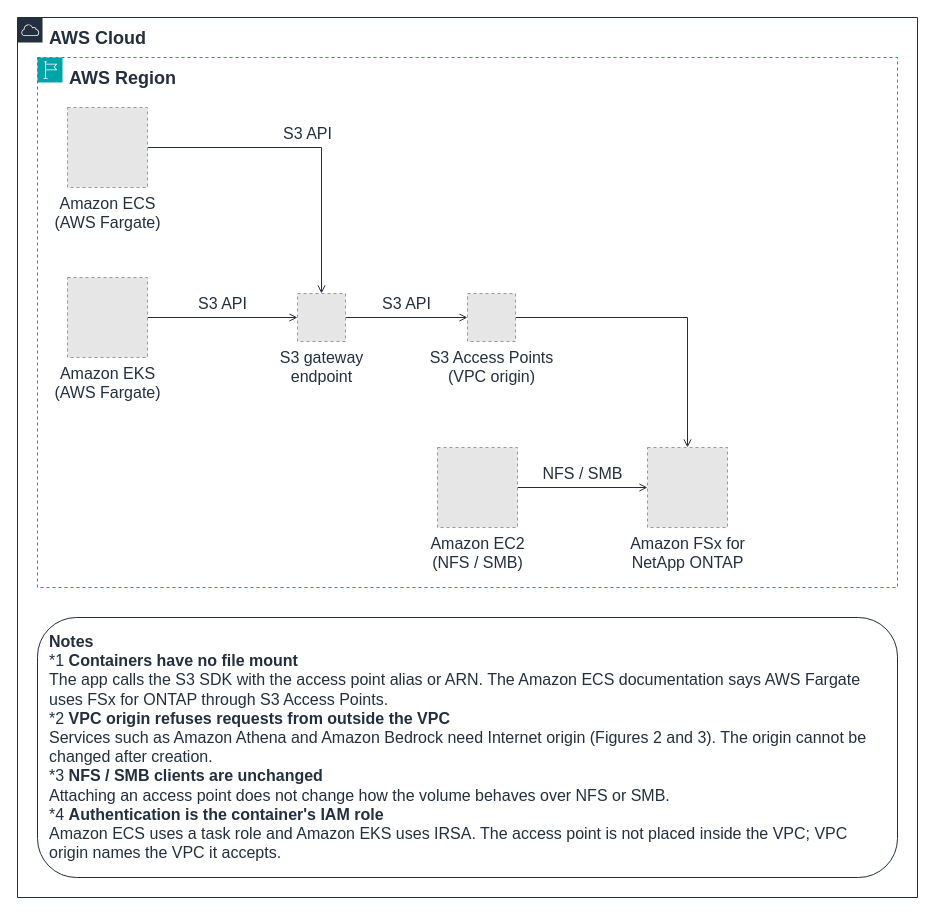
The draw.io diagram docs/_assets/diagrams/s3ap-container-overview-en.drawio in Yoshiki0705/FSx-for-ONTAP-Container-Datastore-Patterns, before the edit. Source tidied: cells renumbered, new cells numbered last; positions are measured from the earlier drawing's top-left corner, leaving out a move shared by most shapes. Both pictures are drawn from the tidied source at 100%, with x=0, y=0 at pixel (17, 17). Pictures stored in the file or linked from it are replaced by grey dashed boxes.
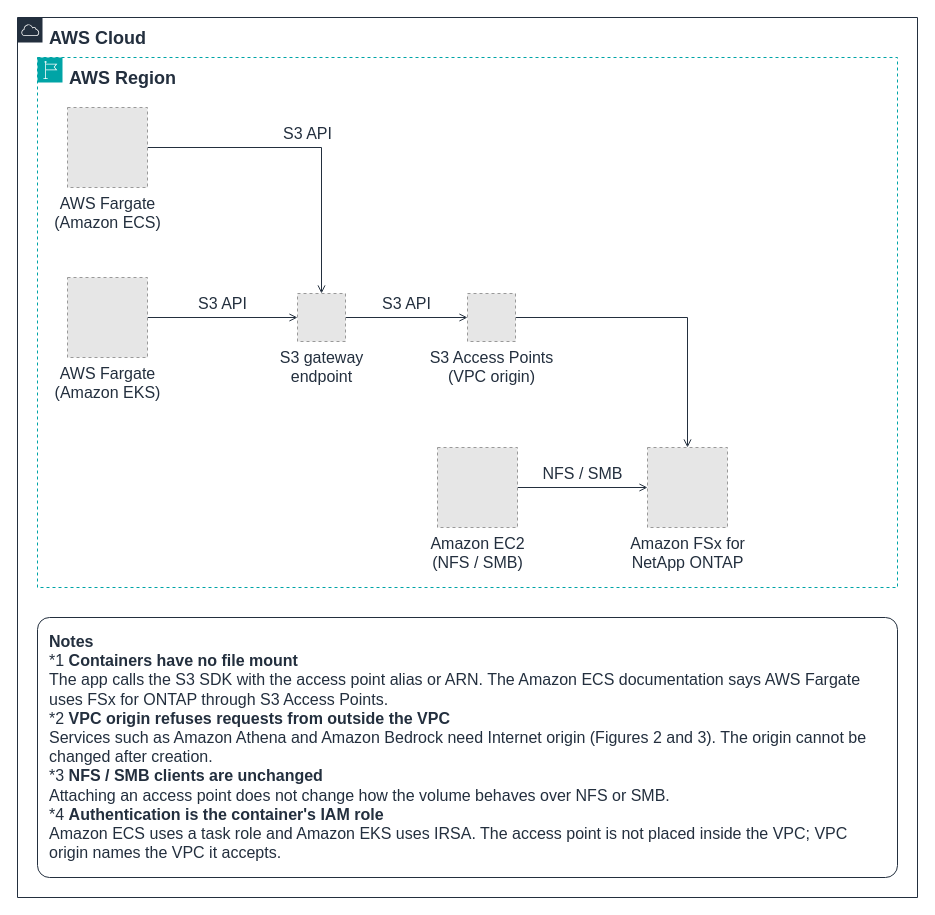
The same diagram, later.

What changed in the source:
```diff
@@
 <mxGraphModel background="#FFFFFF">
   <root>
     <mxCell id="0" />
     <mxCell id="1" parent="0" />
     <mxCell id="2" value="S3 API" style="edgeStyle=orthogonalEdgeStyle;rounded=0;html=1;endArrow=open;endFill=0;strokeColor=#232F3E;strokeWidth=1;fontSize=16;fontColor=#232F3E;labelBackgroundColor=#FFFFFF;exitX=1.0;exitY=0.5;exitDx=0;exitDy=0;entryX=0.5;entryY=0.0;entryDx=0;entryDy=0;" parent="1" edge="1" source="10" target="12">
       <mxGeometry relative="1" as="geometry">
         <mxPoint y="-14" as="offset" />
       </mxGeometry>
     </mxCell>
     <mxCell id="3" value="S3 API" style="edgeStyle=orthogonalEdgeStyle;rounded=0;html=1;endArrow=open;endFill=0;strokeColor=#232F3E;strokeWidth=1;fontSize=16;fontColor=#232F3E;labelBackgroundColor=#FFFFFF;exitX=1.0;exitY=0.5;exitDx=0;exitDy=0;entryX=0.0;entryY=0.5;entryDx=0;entryDy=0;" parent="1" edge="1" source="11" target="12">
       <mxGeometry relative="1" as="geometry">
         <mxPoint y="-14" as="offset" />
       </mxGeometry>
     </mxCell>
     <mxCell id="4" value="S3 API" style="edgeStyle=orthogonalEdgeStyle;rounded=0;html=1;endArrow=open;endFill=0;strokeColor=#232F3E;strokeWidth=1;fontSize=16;fontColor=#232F3E;labelBackgroundColor=#FFFFFF;exitX=1.0;exitY=0.5;exitDx=0;exitDy=0;entryX=0.0;entryY=0.5;entryDx=0;entryDy=0;" parent="1" edge="1" source="12" target="13">
       <mxGeometry relative="1" as="geometry">
         <mxPoint y="-14" as="offset" />
       </mxGeometry>
     </mxCell>
     <mxCell id="5" style="edgeStyle=orthogonalEdgeStyle;rounded=0;html=1;endArrow=open;endFill=0;strokeColor=#232F3E;strokeWidth=1;fontSize=16;fontColor=#232F3E;labelBackgroundColor=#FFFFFF;exitX=1.0;exitY=0.5;exitDx=0;exitDy=0;entryX=0.5;entryY=0.0;entryDx=0;entryDy=0;" parent="1" edge="1" source="13" target="14">
       <mxGeometry relative="1" as="geometry" />
     </mxCell>
     <mxCell id="6" value="NFS / SMB" style="edgeStyle=orthogonalEdgeStyle;rounded=0;html=1;endArrow=open;endFill=0;strokeColor=#232F3E;strokeWidth=1;fontSize=16;fontColor=#232F3E;labelBackgroundColor=#FFFFFF;exitX=1.0;exitY=0.5;exitDx=0;exitDy=0;entryX=0.0;entryY=0.5;entryDx=0;entryDy=0;" parent="1" edge="1" source="15" target="14">
       <mxGeometry relative="1" as="geometry">
         <mxPoint y="-14" as="offset" />
       </mxGeometry>
     </mxCell>
     <mxCell id="7" value="AWS Cloud" style="gradientColor=none;html=1;whiteSpace=wrap;fontSize=18;fontStyle=1;fontColor=#232F3E;shape=mxgraph.aws4.group;grIcon=mxgraph.aws4.group_aws_cloud;strokeColor=#232F3E;fillColor=none;verticalAlign=top;align=left;spacingLeft=30;spacingTop=4;dashed=0;labelBackgroundColor=#FFFFFF;" parent="1" vertex="1">
       <mxGeometry width="900" height="880" as="geometry" />
     </mxCell>
     <mxCell id="8" value="AWS Region" style="gradientColor=none;html=1;whiteSpace=wrap;fontSize=18;fontStyle=1;fontColor=#232F3E;shape=mxgraph.aws4.group;grIcon=mxgraph.aws4.group_region;strokeColor=#00A4A6;fillColor=none;verticalAlign=top;align=left;spacingLeft=30;spacingTop=4;dashed=1;labelBackgroundColor=#FFFFFF;" parent="1" vertex="1">
       <mxGeometry x="20" y="40" width="860" height="530" as="geometry" />
     </mxCell>
-    <mxCell id="9" value="&lt;b&gt;Notes&lt;/b&gt;&lt;br&gt;*1 &lt;b&gt;Containers have no file mount&lt;/b&gt;&lt;br&gt;The app calls the S3 SDK with the access point alias or ARN. The Amazon ECS documentation says AWS Fargate uses FSx for ONTAP through S3 Access Points.&lt;br&gt;*2 &lt;b&gt;VPC origin refuses requests from outside the VPC&lt;/b&gt;&lt;br&gt;Services such as Amazon Athena and Amazon Bedrock need Internet origin (Figures 2 and 3). The origin cannot be changed after creation.&lt;br&gt;*3 &lt;b&gt;NFS / SMB clients are unchanged&lt;/b&gt;&lt;br&gt;Attaching an access point does not change how the volume behaves over NFS or SMB.&lt;br&gt;*4 &lt;b&gt;Authentication is the container's IAM role&lt;/b&gt;&lt;br&gt;Amazon ECS uses a task role and Amazon EKS uses IRSA. The access point is not placed inside the VPC; VPC origin names the VPC it accepts." style="rounded=1;whiteSpace=wrap;html=1;strokeColor=#232F3E;fillColor=none;fontColor=#232F3E;fontSize=16;verticalAlign=top;align=left;spacingLeft=10;spacingRight=10;spacingTop=8;" parent="1" vertex="1">
+    <mxCell id="9" value="&lt;b&gt;Notes&lt;/b&gt;&lt;br&gt;*1 &lt;b&gt;Containers have no file mount&lt;/b&gt;&lt;br&gt;The app calls the S3 SDK with the access point alias or ARN. The Amazon ECS documentation says AWS Fargate uses FSx for ONTAP through S3 Access Points.&lt;br&gt;*2 &lt;b&gt;VPC origin refuses requests from outside the VPC&lt;/b&gt;&lt;br&gt;Services such as Amazon Athena and Amazon Bedrock need Internet origin (Figures 2 and 3). The origin cannot be changed after creation.&lt;br&gt;*3 &lt;b&gt;NFS / SMB clients are unchanged&lt;/b&gt;&lt;br&gt;Attaching an access point does not change how the volume behaves over NFS or SMB.&lt;br&gt;*4 &lt;b&gt;Authentication is the container's IAM role&lt;/b&gt;&lt;br&gt;Amazon ECS uses a task role and Amazon EKS uses IRSA. The access point is not placed inside the VPC; VPC origin names the VPC it accepts." style="rounded=1;absoluteArcSize=1;arcSize=24;whiteSpace=wrap;html=1;strokeColor=#232F3E;fillColor=none;fontColor=#232F3E;fontSize=16;verticalAlign=top;align=left;spacingLeft=10;spacingRight=10;spacingTop=8;" parent="1" vertex="1">
       <mxGeometry x="20" y="600" width="860" height="260" as="geometry" />
     </mxCell>
-    <mxCell id="10" value="Amazon ECS&lt;br&gt;(AWS Fargate)" style="fillColor=#E6E6E6;strokeColor=#999999;dashed=1;html=1;verticalLabelPosition=bottom;verticalAlign=top;labelPosition=center;align=center;fontSize=16;fontColor=#232F3E;" parent="1" vertex="1">
+    <mxCell id="10" value="AWS Fargate&lt;br&gt;(Amazon ECS)" style="fillColor=#E6E6E6;strokeColor=#999999;dashed=1;html=1;verticalLabelPosition=bottom;verticalAlign=top;labelPosition=center;align=center;fontSize=16;fontColor=#232F3E;" parent="1" vertex="1">
       <mxGeometry x="50" y="90" width="80" height="80" as="geometry" />
     </mxCell>
-    <mxCell id="11" value="Amazon EKS&lt;br&gt;(AWS Fargate)" style="fillColor=#E6E6E6;strokeColor=#999999;dashed=1;html=1;verticalLabelPosition=bottom;verticalAlign=top;labelPosition=center;align=center;fontSize=16;fontColor=#232F3E;" parent="1" vertex="1">
+    <mxCell id="11" value="AWS Fargate&lt;br&gt;(Amazon EKS)" style="fillColor=#E6E6E6;strokeColor=#999999;dashed=1;html=1;verticalLabelPosition=bottom;verticalAlign=top;labelPosition=center;align=center;fontSize=16;fontColor=#232F3E;" parent="1" vertex="1">
       <mxGeometry x="50" y="260" width="80" height="80" as="geometry" />
     </mxCell>
     <mxCell id="12" value="S3 gateway&lt;br&gt;endpoint" style="fillColor=#E6E6E6;strokeColor=#999999;dashed=1;html=1;verticalLabelPosition=bottom;verticalAlign=top;labelPosition=center;align=center;fontSize=16;fontColor=#232F3E;" parent="1" vertex="1">
       <mxGeometry x="280" y="276" width="48" height="48" as="geometry" />
     </mxCell>
     <mxCell id="13" value="S3 Access Points&lt;br&gt;(VPC origin)" style="fillColor=#E6E6E6;strokeColor=#999999;dashed=1;html=1;verticalLabelPosition=bottom;verticalAlign=top;labelPosition=center;align=center;fontSize=16;fontColor=#232F3E;" parent="1" vertex="1">
       <mxGeometry x="450" y="276" width="48" height="48" as="geometry" />
     </mxCell>
     <mxCell id="14" value="Amazon FSx for&lt;br&gt;NetApp ONTAP" style="fillColor=#E6E6E6;strokeColor=#999999;dashed=1;html=1;verticalLabelPosition=bottom;verticalAlign=top;labelPosition=center;align=center;fontSize=16;fontColor=#232F3E;" parent="1" vertex="1">
       <mxGeometry x="630" y="430" width="80" height="80" as="geometry" />
     </mxCell>
     <mxCell id="15" value="Amazon EC2&lt;br&gt;(NFS / SMB)" style="fillColor=#E6E6E6;strokeColor=#999999;dashed=1;html=1;verticalLabelPosition=bottom;verticalAlign=top;labelPosition=center;align=center;fontSize=16;fontColor=#232F3E;" parent="1" vertex="1">
       <mxGeometry x="420" y="430" width="80" height="80" as="geometry" />
     </mxCell>
   </root>
 </mxGraphModel>
```
